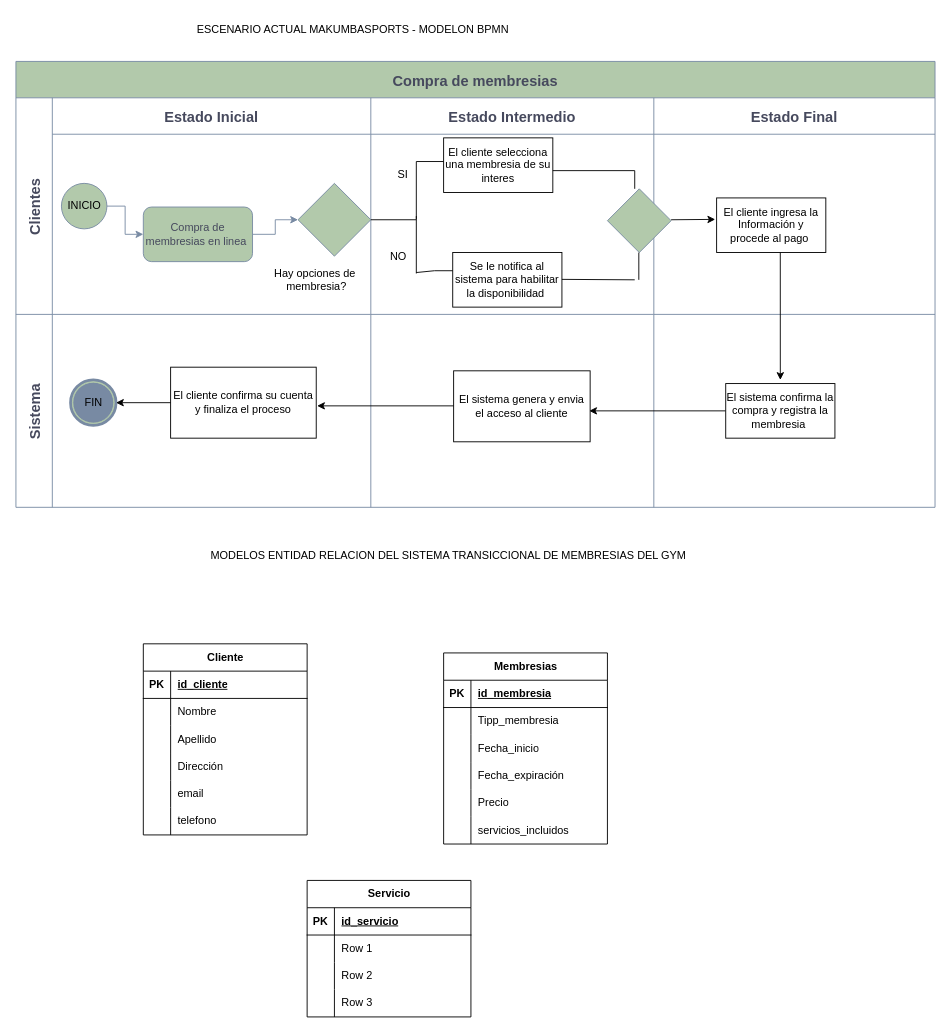
This is page "MODELO BOMN-ACTUAL" (1 of 5) of 1.Planear/MAKUMBASPORTS.drawio from Ale-pool/MAKUMBASPORTS, a draw.io file, before an edit. Source tidied: cells renumbered, new cells numbered last; positions are measured from the earlier drawing's top-left corner, leaving out a move shared by most shapes. Both pictures are drawn from the tidied source at 91%, with x=0, y=0 at pixel (15, 15).
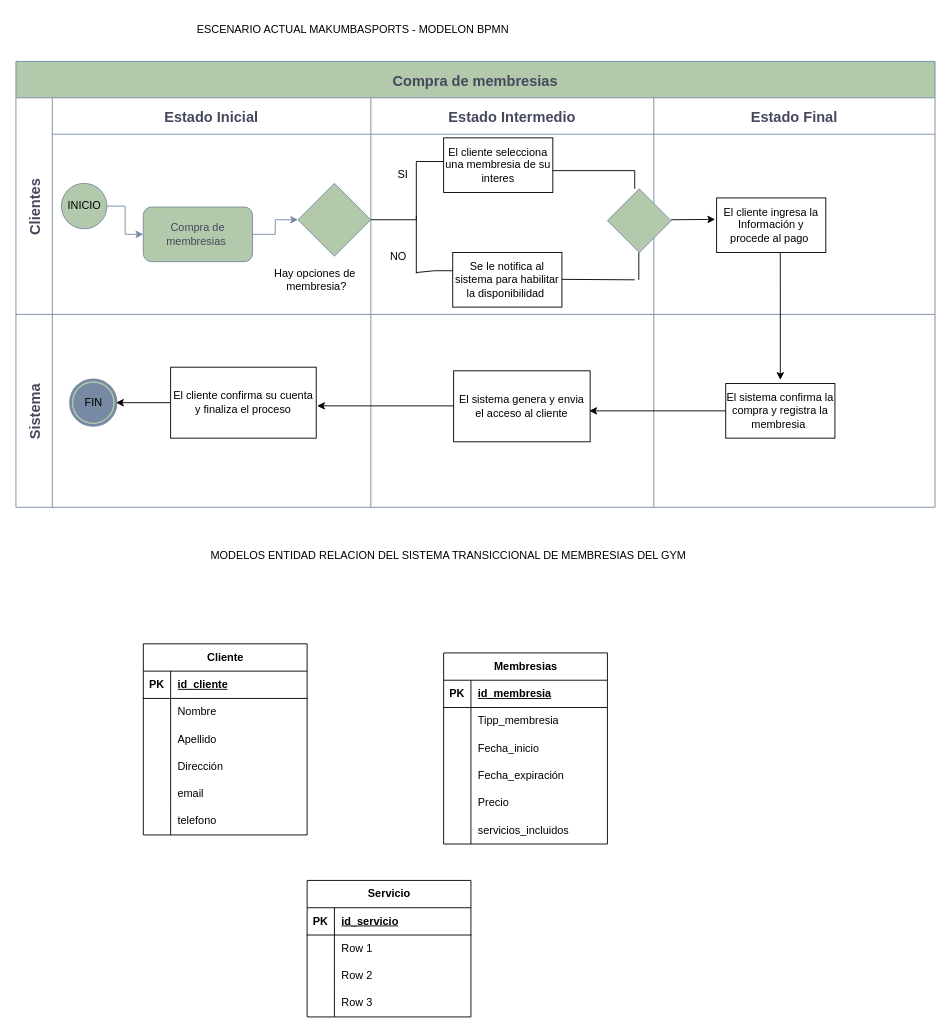
After the change.

The change refers to these unchanged cells:
```xml
<mxCell id="5" value="Estado Inicial" style="swimlane;swimlaneHead=0;swimlaneBody=0;fontStyle=1;fillColor=none;startSize=40;fontSize=16;labelBackgroundColor=none;strokeColor=#788AA3;fontColor=#46495D;" parent="4" vertex="1">
  <mxGeometry x="40" width="350" height="238" as="geometry" />
</mxCell>
```

What changed in the source:
```diff
@@
-    <mxCell id="9" value="Compra de membresias en linea&amp;nbsp;" style="rounded=1;whiteSpace=wrap;html=1;strokeColor=#788AA3;fontColor=#46495D;fillColor=#B2C9AB;" parent="5" vertex="1">
+    <mxCell id="9" value="Compra de membresias&amp;nbsp;" style="rounded=1;whiteSpace=wrap;html=1;strokeColor=#788AA3;fontColor=#46495D;fillColor=#B2C9AB;" parent="5" vertex="1">
       <mxGeometry x="100" y="120" width="120" height="60" as="geometry" />
     </mxCell>
```
